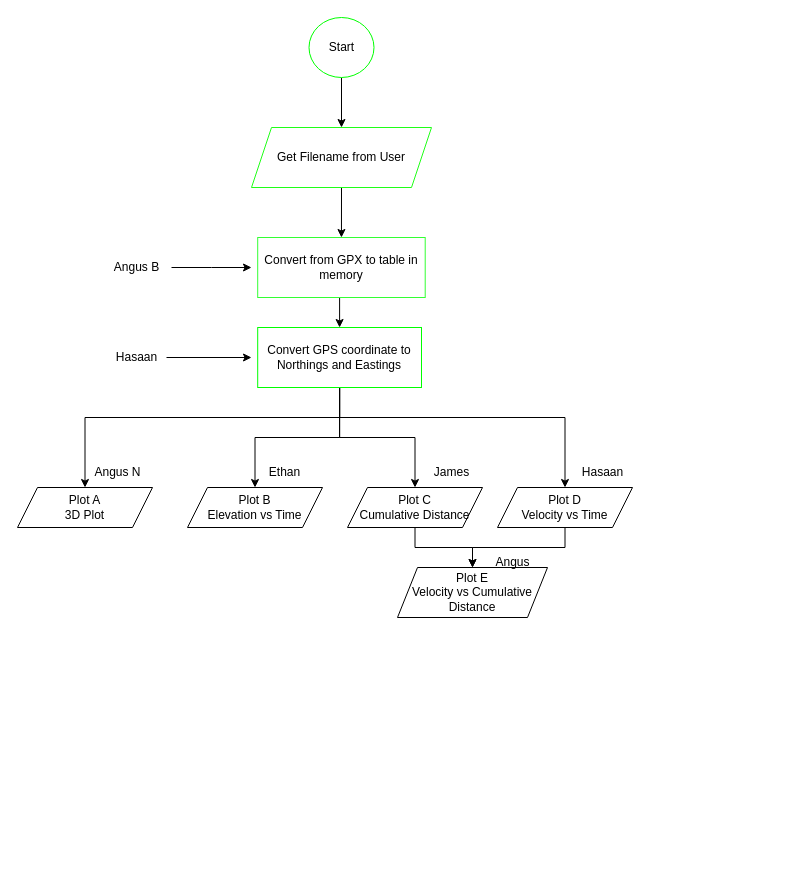
Above: Untitled Diagram.drawio in angusbarnes/ENGG100 (draw.io), before the change. Source tidied: cells renumbered, new cells numbered last; positions are measured from the earlier drawing's top-left corner, leaving out a move shared by most shapes. Both pictures are drawn from the tidied source at 100%, with x=0, y=0 at pixel (17, 17).
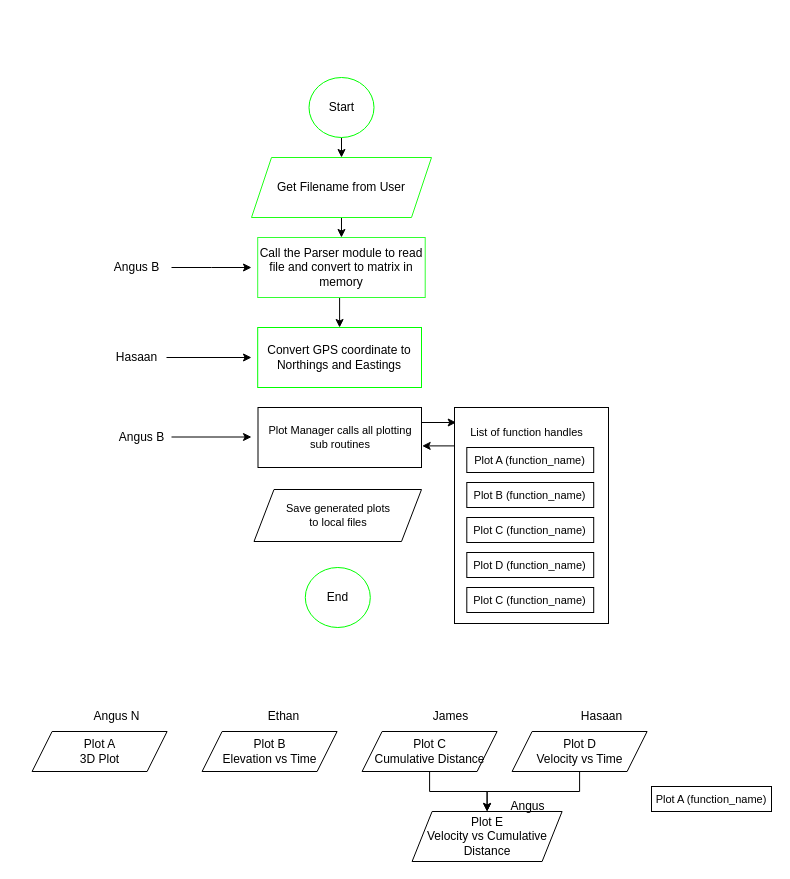
The same page after the edit.

Unchanged cells that the change refers to:
```xml
<mxCell id="12" value="Convert GPS coordinate to Northings and Eastings" style="rounded=0;whiteSpace=wrap;html=1;strokeColor=#00FF00;" parent="1" vertex="1">
  <mxGeometry x="240.2" y="310" width="163.8" height="60" as="geometry" />
</mxCell>
```

Change to the diagram source:
```diff
@@
     <mxCell id="3" value="Get Filename from User" style="shape=parallelogram;perimeter=parallelogramPerimeter;whiteSpace=wrap;html=1;fixedSize=1;strokeColor=#1FFF17;" parent="1" vertex="1">
-      <mxGeometry x="234" y="110" width="180" height="60" as="geometry" />
+      <mxGeometry x="234" y="140" width="180" height="60" as="geometry" />
     </mxCell>
@@
     <mxCell id="5" value="Start" style="ellipse;whiteSpace=wrap;html=1;strokeColor=#00FF00;" parent="1" vertex="1">
-      <mxGeometry x="291.5" width="65" height="60" as="geometry" />
+      <mxGeometry x="291.5" y="60" width="65" height="60" as="geometry" />
     </mxCell>
@@
-    <mxCell id="7" value="Convert from GPX to table in memory" style="rounded=0;whiteSpace=wrap;html=1;strokeColor=#33FF33;" parent="1" vertex="1">
+    <mxCell id="7" value="Call the Parser module to read file and convert to matrix in memory" style="rounded=0;whiteSpace=wrap;html=1;strokeColor=#33FF33;" parent="1" vertex="1">
       <mxGeometry x="240.2" y="220" width="167.5" height="60" as="geometry" />
     </mxCell>
-    <mxCell id="8" style="edgeStyle=orthogonalEdgeStyle;rounded=0;jettySize=auto;html=1;entryX=0.5;entryY=0;entryDx=0;entryDy=0;" parent="1" edge="1" source="12" target="17">
-      <mxGeometry relative="1" as="geometry">
-        <Array as="points">
-          <mxPoint x="322" y="400" />
-          <mxPoint x="68" y="400" />
-        </Array>
-      </mxGeometry>
-    </mxCell>
-    <mxCell id="9" style="edgeStyle=orthogonalEdgeStyle;rounded=0;jettySize=auto;html=1;exitX=0.5;exitY=1;exitDx=0;exitDy=0;entryX=0.5;entryY=0;entryDx=0;entryDy=0;" parent="1" edge="1" source="12" target="18">
-      <mxGeometry relative="1" as="geometry" />
-    </mxCell>
-    <mxCell id="10" style="edgeStyle=orthogonalEdgeStyle;rounded=0;jettySize=auto;html=1;exitX=0.5;exitY=1;exitDx=0;exitDy=0;entryX=0.5;entryY=0;entryDx=0;entryDy=0;" parent="1" edge="1" source="12" target="20">
-      <mxGeometry relative="1" as="geometry" />
-    </mxCell>
-    <mxCell id="11" style="edgeStyle=orthogonalEdgeStyle;rounded=0;jettySize=auto;html=1;exitX=0.5;exitY=1;exitDx=0;exitDy=0;entryX=0.5;entryY=0;entryDx=0;entryDy=0;" parent="1" edge="1" source="12" target="22">
-      <mxGeometry relative="1" as="geometry">
-        <Array as="points">
-          <mxPoint x="322" y="400" />
-          <mxPoint x="548" y="400" />
-        </Array>
-      </mxGeometry>
-    </mxCell>
@@
     <mxCell id="17" value="Plot A&lt;br&gt;3D Plot" style="shape=parallelogram;perimeter=parallelogramPerimeter;whiteSpace=wrap;html=1;fixedSize=1;strokeColor=#000000;" parent="1" vertex="1">
-      <mxGeometry y="470" width="135" height="40" as="geometry" />
+      <mxGeometry x="14.6" y="714" width="135" height="40" as="geometry" />
     </mxCell>
     <mxCell id="18" value="Plot B&lt;br&gt;Elevation vs Time" style="shape=parallelogram;perimeter=parallelogramPerimeter;whiteSpace=wrap;html=1;fixedSize=1;strokeColor=#000000;" parent="1" vertex="1">
-      <mxGeometry x="170" y="470" width="135" height="40" as="geometry" />
+      <mxGeometry x="184.6" y="714" width="135" height="40" as="geometry" />
     </mxCell>
@@
     <mxCell id="20" value="Plot C&lt;br&gt;Cumulative Distance" style="shape=parallelogram;perimeter=parallelogramPerimeter;whiteSpace=wrap;html=1;fixedSize=1;strokeColor=#000000;" parent="1" vertex="1">
-      <mxGeometry x="330" y="470" width="135" height="40" as="geometry" />
+      <mxGeometry x="344.6" y="714" width="135" height="40" as="geometry" />
     </mxCell>
@@
     <mxCell id="22" value="Plot D&lt;br&gt;Velocity vs Time" style="shape=parallelogram;perimeter=parallelogramPerimeter;whiteSpace=wrap;html=1;fixedSize=1;strokeColor=#000000;" parent="1" vertex="1">
-      <mxGeometry x="480" y="470" width="135" height="40" as="geometry" />
+      <mxGeometry x="494.6" y="714" width="135" height="40" as="geometry" />
     </mxCell>
     <mxCell id="23" value="Plot E&lt;br&gt;Velocity vs Cumulative Distance" style="shape=parallelogram;perimeter=parallelogramPerimeter;whiteSpace=wrap;html=1;fixedSize=1;strokeColor=#000000;" parent="1" vertex="1">
-      <mxGeometry x="380" y="550" width="150" height="50" as="geometry" />
+      <mxGeometry x="394.6" y="794" width="150" height="50" as="geometry" />
     </mxCell>
     <mxCell id="24" value="James" style="text;html=1;align=center;verticalAlign=middle;strokeColor=none;fillColor=none;" parent="1" vertex="1">
-      <mxGeometry x="404" y="440" width="60" height="30" as="geometry" />
+      <mxGeometry x="403" y="684" width="60" height="30" as="geometry" />
     </mxCell>
     <mxCell id="25" value="Ethan" style="text;html=1;align=center;verticalAlign=middle;strokeColor=none;fillColor=none;" parent="1" vertex="1">
-      <mxGeometry x="241.5" y="440" width="50" height="30" as="geometry" />
+      <mxGeometry x="240.5" y="684" width="50" height="30" as="geometry" />
     </mxCell>
     <mxCell id="26" value="Angus N" style="text;html=1;align=center;verticalAlign=middle;strokeColor=none;fillColor=none;" parent="1" vertex="1">
-      <mxGeometry x="65" y="440" width="70" height="30" as="geometry" />
+      <mxGeometry x="64" y="684" width="70" height="30" as="geometry" />
     </mxCell>
     <mxCell id="27" value="Hasaan" style="text;html=1;align=center;verticalAlign=middle;strokeColor=none;fillColor=none;" parent="1" vertex="1">
-      <mxGeometry x="555" y="440" width="60" height="30" as="geometry" />
+      <mxGeometry x="554" y="684" width="60" height="30" as="geometry" />
     </mxCell>
     <mxCell id="28" value="Angus" style="text;html=1;align=center;verticalAlign=middle;strokeColor=none;fillColor=none;" parent="1" vertex="1">
-      <mxGeometry x="465" y="530" width="60" height="30" as="geometry" />
+      <mxGeometry x="479.6" y="774" width="60" height="30" as="geometry" />
     </mxCell>
+    <mxCell id="29" style="edgeStyle=orthogonalEdgeStyle;rounded=0;jettySize=auto;html=1;exitX=1;exitY=0.25;exitDx=0;exitDy=0;entryX=0;entryY=0.167;entryDx=0;entryDy=0;entryPerimeter=0;fontSize=11;" parent="1" edge="1" source="30" target="39">
+      <mxGeometry relative="1" as="geometry" />
+    </mxCell>
+    <mxCell id="30" value="Plot Manager calls all plotting sub routines" style="rounded=0;whiteSpace=wrap;html=1;fontSize=11;" parent="1" vertex="1">
+      <mxGeometry x="240.5" y="390" width="163.5" height="60" as="geometry" />
+    </mxCell>
+    <mxCell id="31" value="Plot A (function_name)" style="rounded=0;whiteSpace=wrap;html=1;fontSize=11;" parent="1" vertex="1">
+      <mxGeometry x="634" y="769" width="120" height="25" as="geometry" />
+    </mxCell>
+    <mxCell id="32" style="group;" parent="1" vertex="1">
+      <mxGeometry x="437" y="390" width="154" height="216" as="geometry" />
+    </mxCell>
+    <mxCell id="33" style="rounded=0;whiteSpace=wrap;html=1;fontSize=11;" parent="32" vertex="1">
+      <mxGeometry width="154" height="216" as="geometry" />
+    </mxCell>
+    <mxCell id="34" value="Plot A (function_name)" style="rounded=0;whiteSpace=wrap;html=1;fontSize=11;" parent="32" vertex="1">
+      <mxGeometry x="12.3" y="40" width="126.9" height="25" as="geometry" />
+    </mxCell>
+    <mxCell id="35" value="Plot B (function_name)" style="rounded=0;whiteSpace=wrap;html=1;fontSize=11;" parent="32" vertex="1">
+      <mxGeometry x="12.3" y="75" width="126.9" height="25" as="geometry" />
+    </mxCell>
+    <mxCell id="36" value="Plot D (function_name)" style="rounded=0;whiteSpace=wrap;html=1;fontSize=11;" parent="32" vertex="1">
+      <mxGeometry x="12.3" y="145" width="126.9" height="25" as="geometry" />
+    </mxCell>
+    <mxCell id="37" value="Plot C (function_name)" style="rounded=0;whiteSpace=wrap;html=1;fontSize=11;" parent="32" vertex="1">
+      <mxGeometry x="12.3" y="110" width="126.9" height="25" as="geometry" />
+    </mxCell>
+    <mxCell id="38" value="Plot C (function_name)" style="rounded=0;whiteSpace=wrap;html=1;fontSize=11;" parent="32" vertex="1">
+      <mxGeometry x="12.3" y="180" width="126.9" height="25" as="geometry" />
+    </mxCell>
+    <mxCell id="39" value="List of function handles" style="text;html=1;align=center;verticalAlign=middle;points=[];strokeColor=none;fillColor=none;fontSize=11;" parent="32" vertex="1">
+      <mxGeometry x="1.7" y="10" width="140" height="30" as="geometry" />
+    </mxCell>
+    <mxCell id="40" style="edgeStyle=orthogonalEdgeStyle;rounded=0;jettySize=auto;html=1;exitX=0;exitY=0.25;exitDx=0;exitDy=0;entryX=1.004;entryY=0.64;entryDx=0;entryDy=0;entryPerimeter=0;fontSize=11;" parent="1" edge="1" source="33" target="30">
+      <mxGeometry relative="1" as="geometry">
+        <Array as="points">
+          <mxPoint x="437" y="428" />
+        </Array>
+      </mxGeometry>
+    </mxCell>
+    <mxCell id="41" value="Save generated plots &lt;br&gt;to local files" style="shape=parallelogram;perimeter=parallelogramPerimeter;whiteSpace=wrap;html=1;fixedSize=1;fontSize=11;" parent="1" vertex="1">
+      <mxGeometry x="236.5" y="472" width="167.5" height="52" as="geometry" />
+    </mxCell>
+    <mxCell id="42" value="End" style="ellipse;whiteSpace=wrap;html=1;strokeColor=#00FF00;" parent="1" vertex="1">
+      <mxGeometry x="287.8" y="550" width="65" height="60" as="geometry" />
+    </mxCell>
+    <mxCell id="43" value="Angus B" style="text;html=1;align=center;verticalAlign=middle;strokeColor=none;fillColor=none;" parent="1" vertex="1">
+      <mxGeometry x="89" y="405" width="70" height="30" as="geometry" />
+    </mxCell>
+    <mxCell id="44" style="edgeStyle=orthogonalEdgeStyle;rounded=0;orthogonalLoop=1;jettySize=auto;html=1;" parent="1" edge="1">
+      <mxGeometry relative="1" as="geometry">
+        <mxPoint x="154" y="419.5" as="sourcePoint" />
+        <mxPoint x="234" y="419.5" as="targetPoint" />
+      </mxGeometry>
+    </mxCell>
```
